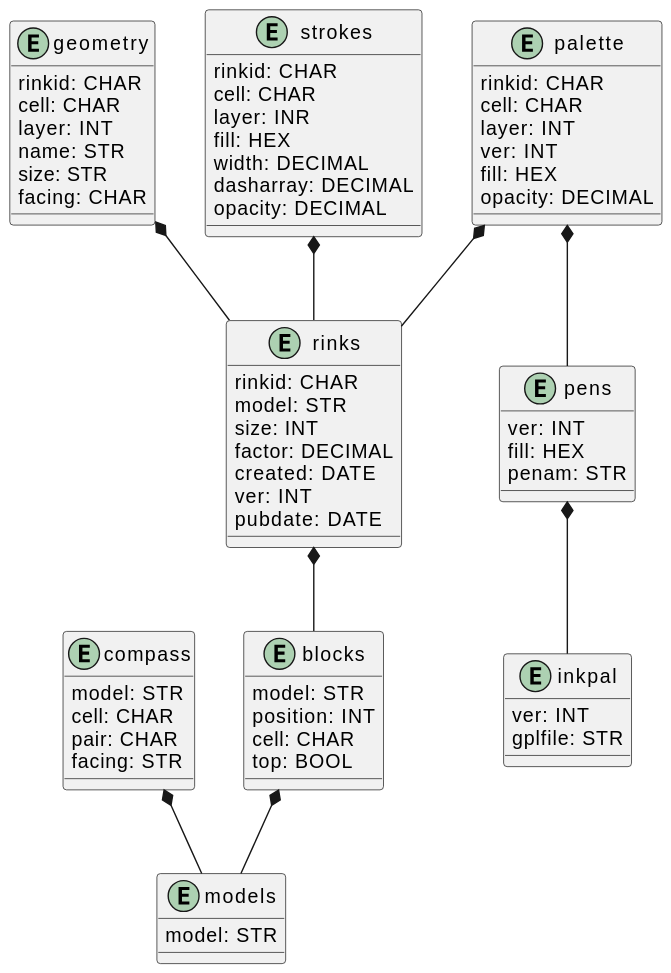
This is tutorial/dbentity2.svg from snow6oy/recurrink, a PlantUML export, as it was before one commit. The source it was exported from:
```plantuml
@startuml
entity blocks {
  model: STR
  position: INT
  cell: CHAR
  top: BOOL
}
entity compass {
  model: STR
  cell: CHAR
  pair: CHAR
  facing: STR
}
entity geometry {
  rinkid: CHAR
  cell: CHAR
  layer: INT
  name: STR
  size: STR
  facing: CHAR
}
entity inkpal {
 ver: INT
 gplfile: STR
}
entity palette {
  rinkid: CHAR
  cell: CHAR
  layer: INT
  ver: INT
  fill: HEX
  opacity: DECIMAL
}
entity models {
  model: STR
}
entity pens {
  ver: INT
  fill: HEX
  penam: STR
}
entity strokes {
  rinkid: CHAR
  cell: CHAR
  layer: INR
  fill: HEX
  width: DECIMAL
  dasharray: DECIMAL
  opacity: DECIMAL
}
entity rinks {
  rinkid: CHAR
  model: STR
  size: INT
  factor: DECIMAL
  created: DATE
  ver: INT
  pubdate: DATE
}


strokes *-- rinks
geometry *-- rinks
palette *-- rinks
rinks *-- blocks
palette *-- pens
pens *-- inkpal
blocks *-- models
compass *-- models
@enduml
```
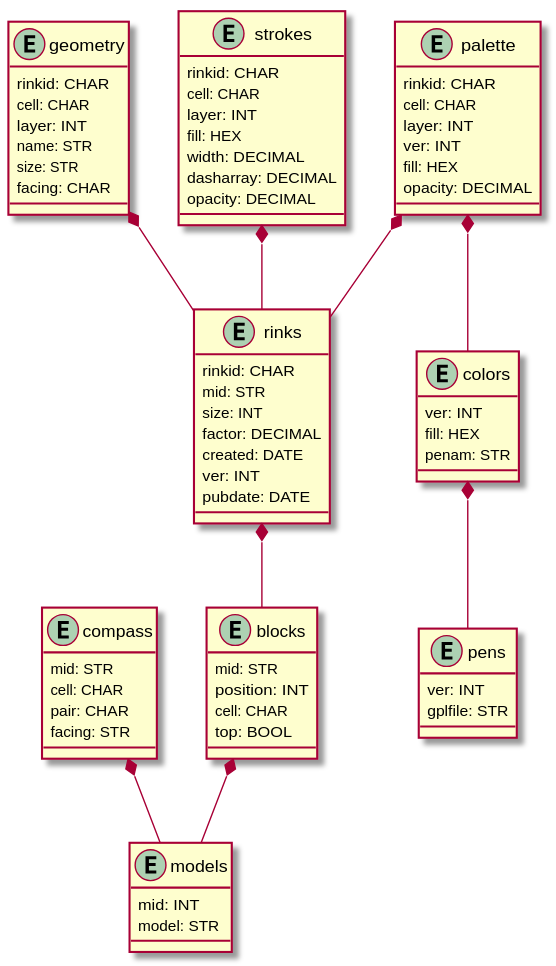
After the commit.

Commit message:
rename inkpal > pens and pens > colors

What changed in the source:
```diff
@@ -1,12 +1,14 @@
 @startuml
+
+
 entity blocks {
-  model: STR
+  mid: STR
   position: INT
   cell: CHAR
   top: BOOL
 }
 entity compass {
-  model: STR
+  mid: STR
   cell: CHAR
   pair: CHAR
   facing: STR
@@ -19,7 +21,7 @@
   size: STR
   facing: CHAR
 }
-entity inkpal {
+entity pens {
  ver: INT
  gplfile: STR
 }
@@ -32,9 +34,10 @@
   opacity: DECIMAL
 }
 entity models {
+  mid: INT
   model: STR
 }
-entity pens {
+entity colors {
   ver: INT
   fill: HEX
   penam: STR
@@ -42,7 +45,7 @@
 entity strokes {
   rinkid: CHAR
   cell: CHAR
-  layer: INR
+  layer: INT
   fill: HEX
   width: DECIMAL
   dasharray: DECIMAL
@@ -50,7 +53,7 @@
 }
 entity rinks {
   rinkid: CHAR
-  model: STR
+  mid: STR
   size: INT
   factor: DECIMAL
   created: DATE
@@ -63,8 +66,9 @@
 geometry *-- rinks
 palette *-- rinks
 rinks *-- blocks
-palette *-- pens
-pens *-- inkpal
+palette *-- colors
+colors *-- pens
 blocks *-- models
 compass *-- models
+
 @enduml
```
